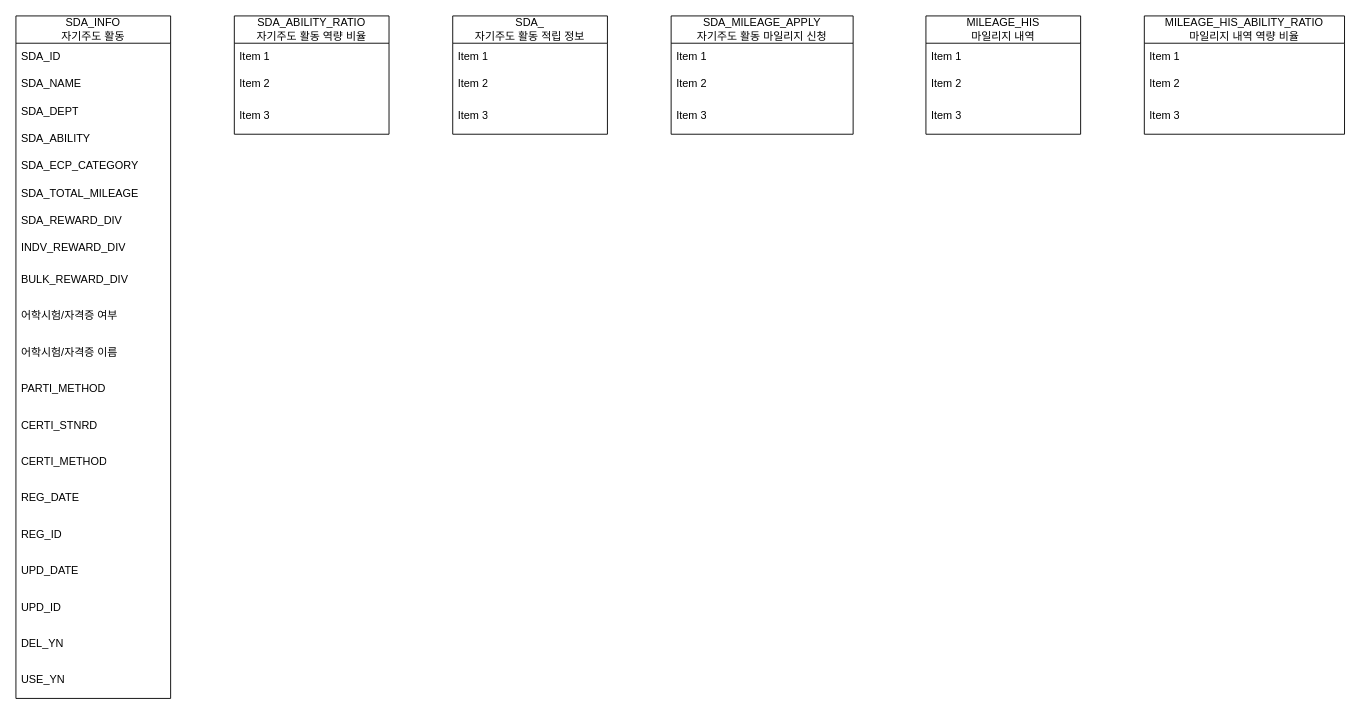
HAR00N/draw.io keeps this draw.io diagram as page "마일리지, 자기주도 활동" (1 of 2) of Table Structure.drawio. Above is the earlier version. Source tidied: cells renumbered, new cells numbered last; positions are measured from the earlier drawing's top-left corner, leaving out a move shared by most shapes. Both pictures are drawn from the tidied source at 91%, with x=0, y=0 at pixel (15, 15).
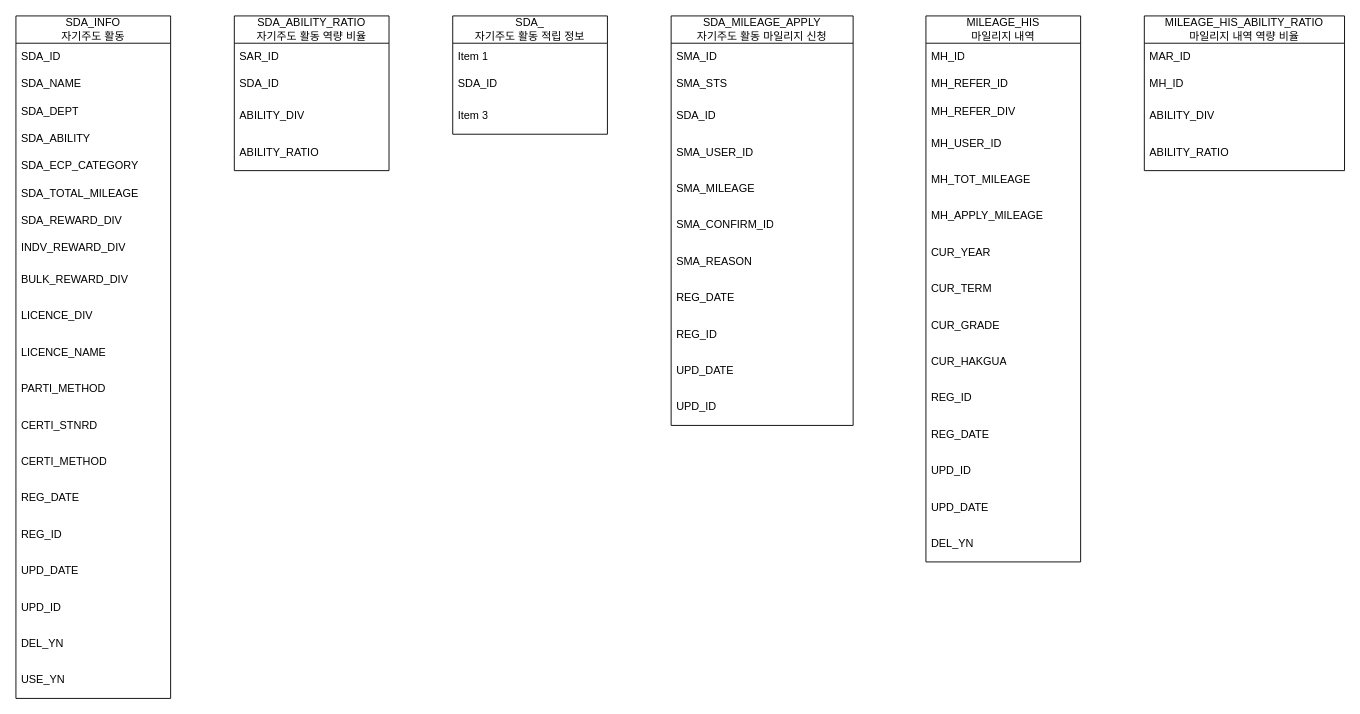
Above is the later version.

Unchanged cells that the change refers to:
```xml
<mxCell id="2" value="&lt;div&gt;SDA_INFO&lt;/div&gt;자기주도 활동" style="swimlane;fontStyle=0;horizontal=1;startSize=30;whiteSpace=wrap;html=1;" parent="1" vertex="1">
  <mxGeometry width="170" height="750" as="geometry" />
</mxCell>
<mxCell id="27" value="&lt;div&gt;SDA_&lt;/div&gt;자기주도 활동 적립 정보" style="swimlane;fontStyle=0;horizontal=1;startSize=30;whiteSpace=wrap;html=1;" parent="1" vertex="1">
  <mxGeometry x="480" width="170" height="130" as="geometry" />
</mxCell>
```

Diff of the diagram source:
```diff
@@
-    <mxCell id="12" value="어학시험/자격증 여부" style="text;strokeColor=none;fillColor=none;align=left;verticalAlign=middle;spacingLeft=4;spacingRight=4;overflow=hidden;whiteSpace=wrap;html=1;" parent="2" vertex="1">
+    <mxCell id="12" value="LICENCE_DIV" style="text;strokeColor=none;fillColor=none;align=left;verticalAlign=middle;spacingLeft=4;spacingRight=4;overflow=hidden;whiteSpace=wrap;html=1;" parent="2" vertex="1">
       <mxGeometry y="310" width="170" height="40" as="geometry" />
     </mxCell>
-    <mxCell id="13" value="어학시험/자격증 이름" style="text;strokeColor=none;fillColor=none;align=left;verticalAlign=middle;spacingLeft=4;spacingRight=4;overflow=hidden;whiteSpace=wrap;html=1;" parent="2" vertex="1">
+    <mxCell id="13" value="LICENCE_NAME" style="text;strokeColor=none;fillColor=none;align=left;verticalAlign=middle;spacingLeft=4;spacingRight=4;overflow=hidden;whiteSpace=wrap;html=1;" parent="2" vertex="1">
       <mxGeometry y="350" width="170" height="40" as="geometry" />
     </mxCell>
@@
     <mxCell id="23" value="&lt;div&gt;SDA_ABILITY_RATIO&lt;/div&gt;자기주도 활동 역량 비율" style="swimlane;fontStyle=0;horizontal=1;startSize=30;whiteSpace=wrap;html=1;" parent="1" vertex="1">
-      <mxGeometry x="240" width="170" height="130" as="geometry" />
+      <mxGeometry x="240" width="170" height="170" as="geometry" />
     </mxCell>
-    <mxCell id="24" value="Item 1" style="text;strokeColor=none;fillColor=none;align=left;verticalAlign=middle;spacingLeft=4;spacingRight=4;overflow=hidden;whiteSpace=wrap;html=1;" parent="23" vertex="1">
+    <mxCell id="24" value="SAR_ID" style="text;strokeColor=none;fillColor=none;align=left;verticalAlign=middle;spacingLeft=4;spacingRight=4;overflow=hidden;whiteSpace=wrap;html=1;" parent="23" vertex="1">
       <mxGeometry y="30" width="170" height="30" as="geometry" />
     </mxCell>
-    <mxCell id="25" value="Item 2" style="text;strokeColor=none;fillColor=none;align=left;verticalAlign=middle;spacingLeft=4;spacingRight=4;overflow=hidden;whiteSpace=wrap;html=1;" parent="23" vertex="1">
+    <mxCell id="25" value="SDA_ID" style="text;strokeColor=none;fillColor=none;align=left;verticalAlign=middle;spacingLeft=4;spacingRight=4;overflow=hidden;whiteSpace=wrap;html=1;" parent="23" vertex="1">
       <mxGeometry y="60" width="170" height="30" as="geometry" />
     </mxCell>
-    <mxCell id="26" value="Item 3" style="text;strokeColor=none;fillColor=none;align=left;verticalAlign=middle;spacingLeft=4;spacingRight=4;overflow=hidden;whiteSpace=wrap;html=1;" parent="23" vertex="1">
+    <mxCell id="26" value="ABILITY_DIV" style="text;strokeColor=none;fillColor=none;align=left;verticalAlign=middle;spacingLeft=4;spacingRight=4;overflow=hidden;whiteSpace=wrap;html=1;" parent="23" vertex="1">
       <mxGeometry y="90" width="170" height="40" as="geometry" />
     </mxCell>
+    <mxCell id="43" value="ABILITY_RATIO" style="text;strokeColor=none;fillColor=none;align=left;verticalAlign=middle;spacingLeft=4;spacingRight=4;overflow=hidden;whiteSpace=wrap;html=1;" parent="23" vertex="1">
+      <mxGeometry y="130" width="170" height="40" as="geometry" />
+    </mxCell>
@@
-    <mxCell id="29" value="Item 2" style="text;strokeColor=none;fillColor=none;align=left;verticalAlign=middle;spacingLeft=4;spacingRight=4;overflow=hidden;whiteSpace=wrap;html=1;" parent="27" vertex="1">
+    <mxCell id="29" value="SDA_ID" style="text;strokeColor=none;fillColor=none;align=left;verticalAlign=middle;spacingLeft=4;spacingRight=4;overflow=hidden;whiteSpace=wrap;html=1;" parent="27" vertex="1">
       <mxGeometry y="60" width="170" height="30" as="geometry" />
     </mxCell>
@@
     <mxCell id="31" value="SDA_MILEAGE_APPLY&lt;br&gt;자기주도 활동 마일리지 신청" style="swimlane;fontStyle=0;horizontal=1;startSize=30;whiteSpace=wrap;html=1;" parent="1" vertex="1">
-      <mxGeometry x="720" width="200" height="130" as="geometry" />
+      <mxGeometry x="720" width="200" height="450" as="geometry" />
     </mxCell>
-    <mxCell id="32" value="Item 1" style="text;strokeColor=none;fillColor=none;align=left;verticalAlign=middle;spacingLeft=4;spacingRight=4;overflow=hidden;whiteSpace=wrap;html=1;" parent="31" vertex="1">
+    <mxCell id="32" value="SMA_ID" style="text;strokeColor=none;fillColor=none;align=left;verticalAlign=middle;spacingLeft=4;spacingRight=4;overflow=hidden;whiteSpace=wrap;html=1;" parent="31" vertex="1">
       <mxGeometry y="30" width="200" height="30" as="geometry" />
     </mxCell>
-    <mxCell id="33" value="Item 2" style="text;strokeColor=none;fillColor=none;align=left;verticalAlign=middle;spacingLeft=4;spacingRight=4;overflow=hidden;whiteSpace=wrap;html=1;" parent="31" vertex="1">
+    <mxCell id="33" value="SMA_STS" style="text;strokeColor=none;fillColor=none;align=left;verticalAlign=middle;spacingLeft=4;spacingRight=4;overflow=hidden;whiteSpace=wrap;html=1;" parent="31" vertex="1">
       <mxGeometry y="60" width="200" height="30" as="geometry" />
     </mxCell>
-    <mxCell id="34" value="Item 3" style="text;strokeColor=none;fillColor=none;align=left;verticalAlign=middle;spacingLeft=4;spacingRight=4;overflow=hidden;whiteSpace=wrap;html=1;" parent="31" vertex="1">
+    <mxCell id="34" value="SDA_ID" style="text;strokeColor=none;fillColor=none;align=left;verticalAlign=middle;spacingLeft=4;spacingRight=4;overflow=hidden;whiteSpace=wrap;html=1;" parent="31" vertex="1">
       <mxGeometry y="90" width="200" height="40" as="geometry" />
     </mxCell>
+    <mxCell id="44" value="SMA_USER_ID" style="text;strokeColor=none;fillColor=none;align=left;verticalAlign=middle;spacingLeft=4;spacingRight=4;overflow=hidden;whiteSpace=wrap;html=1;" parent="31" vertex="1">
+      <mxGeometry y="130" width="200" height="40" as="geometry" />
+    </mxCell>
+    <mxCell id="45" value="SMA_MILEAGE" style="text;strokeColor=none;fillColor=none;align=left;verticalAlign=middle;spacingLeft=4;spacingRight=4;overflow=hidden;whiteSpace=wrap;html=1;" parent="31" vertex="1">
+      <mxGeometry y="170" width="200" height="40" as="geometry" />
+    </mxCell>
+    <mxCell id="46" value="SMA_CONFIRM_ID" style="text;strokeColor=none;fillColor=none;align=left;verticalAlign=middle;spacingLeft=4;spacingRight=4;overflow=hidden;whiteSpace=wrap;html=1;" parent="31" vertex="1">
+      <mxGeometry y="210" width="200" height="40" as="geometry" />
+    </mxCell>
+    <mxCell id="47" value="SMA_REASON" style="text;strokeColor=none;fillColor=none;align=left;verticalAlign=middle;spacingLeft=4;spacingRight=4;overflow=hidden;whiteSpace=wrap;html=1;" parent="31" vertex="1">
+      <mxGeometry y="250" width="200" height="40" as="geometry" />
+    </mxCell>
+    <mxCell id="48" value="REG_DATE" style="text;strokeColor=none;fillColor=none;align=left;verticalAlign=middle;spacingLeft=4;spacingRight=4;overflow=hidden;whiteSpace=wrap;html=1;" parent="31" vertex="1">
+      <mxGeometry y="290" width="200" height="40" as="geometry" />
+    </mxCell>
+    <mxCell id="49" value="REG_ID" style="text;strokeColor=none;fillColor=none;align=left;verticalAlign=middle;spacingLeft=4;spacingRight=4;overflow=hidden;whiteSpace=wrap;html=1;" parent="31" vertex="1">
+      <mxGeometry y="330" width="200" height="40" as="geometry" />
+    </mxCell>
+    <mxCell id="50" value="UPD_DATE" style="text;strokeColor=none;fillColor=none;align=left;verticalAlign=middle;spacingLeft=4;spacingRight=4;overflow=hidden;whiteSpace=wrap;html=1;" parent="31" vertex="1">
+      <mxGeometry y="370" width="200" height="40" as="geometry" />
+    </mxCell>
+    <mxCell id="51" value="UPD_ID" style="text;strokeColor=none;fillColor=none;align=left;verticalAlign=middle;spacingLeft=4;spacingRight=4;overflow=hidden;whiteSpace=wrap;html=1;" parent="31" vertex="1">
+      <mxGeometry y="410" width="200" height="40" as="geometry" />
+    </mxCell>
     <mxCell id="35" value="&lt;div&gt;&lt;span style=&quot;background-color: initial;&quot;&gt;MILEAGE_HIS&lt;/span&gt;&lt;/div&gt;&lt;div&gt;&lt;span style=&quot;background-color: initial;&quot;&gt;마일리지 내역&lt;/span&gt;&lt;br&gt;&lt;/div&gt;" style="swimlane;fontStyle=0;horizontal=1;startSize=30;whiteSpace=wrap;html=1;" parent="1" vertex="1">
-      <mxGeometry x="1000" width="170" height="130" as="geometry" />
+      <mxGeometry x="1000" width="170" height="600" as="geometry" />
     </mxCell>
-    <mxCell id="36" value="Item 1" style="text;strokeColor=none;fillColor=none;align=left;verticalAlign=middle;spacingLeft=4;spacingRight=4;overflow=hidden;whiteSpace=wrap;html=1;" parent="35" vertex="1">
+    <mxCell id="36" value="MH_ID" style="text;strokeColor=none;fillColor=none;align=left;verticalAlign=middle;spacingLeft=4;spacingRight=4;overflow=hidden;whiteSpace=wrap;html=1;" parent="35" vertex="1">
       <mxGeometry y="30" width="170" height="30" as="geometry" />
     </mxCell>
-    <mxCell id="37" value="Item 2" style="text;strokeColor=none;fillColor=none;align=left;verticalAlign=middle;spacingLeft=4;spacingRight=4;overflow=hidden;whiteSpace=wrap;html=1;" parent="35" vertex="1">
+    <mxCell id="37" value="MH_REFER_ID" style="text;strokeColor=none;fillColor=none;align=left;verticalAlign=middle;spacingLeft=4;spacingRight=4;overflow=hidden;whiteSpace=wrap;html=1;" parent="35" vertex="1">
       <mxGeometry y="60" width="170" height="30" as="geometry" />
     </mxCell>
+    <mxCell id="52" value="MH_REFER_DIV" style="text;strokeColor=none;fillColor=none;align=left;verticalAlign=middle;spacingLeft=4;spacingRight=4;overflow=hidden;whiteSpace=wrap;html=1;" parent="35" vertex="1">
+      <mxGeometry y="90" width="170" height="30" as="geometry" />
+    </mxCell>
-    <mxCell id="38" value="Item 3" style="text;strokeColor=none;fillColor=none;align=left;verticalAlign=middle;spacingLeft=4;spacingRight=4;overflow=hidden;whiteSpace=wrap;html=1;" parent="35" vertex="1">
-      <mxGeometry y="90" width="170" height="40" as="geometry" />
+    <mxCell id="38" value="MH_USER_ID" style="text;strokeColor=none;fillColor=none;align=left;verticalAlign=middle;spacingLeft=4;spacingRight=4;overflow=hidden;whiteSpace=wrap;html=1;" parent="35" vertex="1">
+      <mxGeometry y="120" width="170" height="40" as="geometry" />
     </mxCell>
+    <mxCell id="53" value="MH_TOT_MILEAGE" style="text;strokeColor=none;fillColor=none;align=left;verticalAlign=middle;spacingLeft=4;spacingRight=4;overflow=hidden;whiteSpace=wrap;html=1;" parent="35" vertex="1">
+      <mxGeometry y="160" width="170" height="40" as="geometry" />
+    </mxCell>
+    <mxCell id="54" value="MH_APPLY_MILEAGE" style="text;strokeColor=none;fillColor=none;align=left;verticalAlign=middle;spacingLeft=4;spacingRight=4;overflow=hidden;whiteSpace=wrap;html=1;" parent="35" vertex="1">
+      <mxGeometry y="200" width="170" height="40" as="geometry" />
+    </mxCell>
+    <mxCell id="55" value="CUR_YEAR" style="text;strokeColor=none;fillColor=none;align=left;verticalAlign=middle;spacingLeft=4;spacingRight=4;overflow=hidden;whiteSpace=wrap;html=1;" parent="35" vertex="1">
+      <mxGeometry y="240" width="170" height="40" as="geometry" />
+    </mxCell>
+    <mxCell id="56" value="CUR_TERM" style="text;strokeColor=none;fillColor=none;align=left;verticalAlign=middle;spacingLeft=4;spacingRight=4;overflow=hidden;whiteSpace=wrap;html=1;" parent="35" vertex="1">
+      <mxGeometry y="280" width="170" height="40" as="geometry" />
+    </mxCell>
+    <mxCell id="57" value="CUR_GRADE" style="text;strokeColor=none;fillColor=none;align=left;verticalAlign=middle;spacingLeft=4;spacingRight=4;overflow=hidden;whiteSpace=wrap;html=1;" parent="35" vertex="1">
+      <mxGeometry y="320" width="170" height="40" as="geometry" />
+    </mxCell>
+    <mxCell id="58" value="CUR_HAKGUA" style="text;strokeColor=none;fillColor=none;align=left;verticalAlign=middle;spacingLeft=4;spacingRight=4;overflow=hidden;whiteSpace=wrap;html=1;" parent="35" vertex="1">
+      <mxGeometry y="360" width="170" height="40" as="geometry" />
+    </mxCell>
+    <mxCell id="59" value="REG_ID" style="text;strokeColor=none;fillColor=none;align=left;verticalAlign=middle;spacingLeft=4;spacingRight=4;overflow=hidden;whiteSpace=wrap;html=1;" parent="35" vertex="1">
+      <mxGeometry y="400" width="170" height="40" as="geometry" />
+    </mxCell>
+    <mxCell id="60" value="REG_DATE" style="text;strokeColor=none;fillColor=none;align=left;verticalAlign=middle;spacingLeft=4;spacingRight=4;overflow=hidden;whiteSpace=wrap;html=1;" parent="35" vertex="1">
+      <mxGeometry y="440" width="170" height="40" as="geometry" />
+    </mxCell>
+    <mxCell id="61" value="UPD_ID" style="text;strokeColor=none;fillColor=none;align=left;verticalAlign=middle;spacingLeft=4;spacingRight=4;overflow=hidden;whiteSpace=wrap;html=1;" parent="35" vertex="1">
+      <mxGeometry y="480" width="170" height="40" as="geometry" />
+    </mxCell>
+    <mxCell id="62" value="UPD_DATE" style="text;strokeColor=none;fillColor=none;align=left;verticalAlign=middle;spacingLeft=4;spacingRight=4;overflow=hidden;whiteSpace=wrap;html=1;" parent="35" vertex="1">
+      <mxGeometry y="520" width="170" height="40" as="geometry" />
+    </mxCell>
+    <mxCell id="63" value="DEL_YN" style="text;strokeColor=none;fillColor=none;align=left;verticalAlign=middle;spacingLeft=4;spacingRight=4;overflow=hidden;whiteSpace=wrap;html=1;" parent="35" vertex="1">
+      <mxGeometry y="560" width="170" height="40" as="geometry" />
+    </mxCell>
     <mxCell id="39" value="&lt;div&gt;MILEAGE_HIS_ABILITY_RATIO&lt;/div&gt;마일리지 내역 역량 비율" style="swimlane;fontStyle=0;horizontal=1;startSize=30;whiteSpace=wrap;html=1;" parent="1" vertex="1">
-      <mxGeometry x="1240" width="220" height="130" as="geometry" />
+      <mxGeometry x="1240" width="220" height="170" as="geometry" />
     </mxCell>
-    <mxCell id="40" value="Item 1" style="text;strokeColor=none;fillColor=none;align=left;verticalAlign=middle;spacingLeft=4;spacingRight=4;overflow=hidden;whiteSpace=wrap;html=1;" parent="39" vertex="1">
+    <mxCell id="40" value="MAR_ID" style="text;strokeColor=none;fillColor=none;align=left;verticalAlign=middle;spacingLeft=4;spacingRight=4;overflow=hidden;whiteSpace=wrap;html=1;" parent="39" vertex="1">
       <mxGeometry y="30" width="220" height="30" as="geometry" />
     </mxCell>
-    <mxCell id="41" value="Item 2" style="text;strokeColor=none;fillColor=none;align=left;verticalAlign=middle;spacingLeft=4;spacingRight=4;overflow=hidden;whiteSpace=wrap;html=1;" parent="39" vertex="1">
+    <mxCell id="41" value="MH_ID" style="text;strokeColor=none;fillColor=none;align=left;verticalAlign=middle;spacingLeft=4;spacingRight=4;overflow=hidden;whiteSpace=wrap;html=1;" parent="39" vertex="1">
       <mxGeometry y="60" width="220" height="30" as="geometry" />
     </mxCell>
-    <mxCell id="42" value="Item 3" style="text;strokeColor=none;fillColor=none;align=left;verticalAlign=middle;spacingLeft=4;spacingRight=4;overflow=hidden;whiteSpace=wrap;html=1;" parent="39" vertex="1">
+    <mxCell id="42" value="ABILITY_DIV" style="text;strokeColor=none;fillColor=none;align=left;verticalAlign=middle;spacingLeft=4;spacingRight=4;overflow=hidden;whiteSpace=wrap;html=1;" parent="39" vertex="1">
       <mxGeometry y="90" width="220" height="40" as="geometry" />
     </mxCell>
+    <mxCell id="64" value="ABILITY_RATIO" style="text;strokeColor=none;fillColor=none;align=left;verticalAlign=middle;spacingLeft=4;spacingRight=4;overflow=hidden;whiteSpace=wrap;html=1;" parent="39" vertex="1">
+      <mxGeometry y="130" width="220" height="40" as="geometry" />
+    </mxCell>
```
